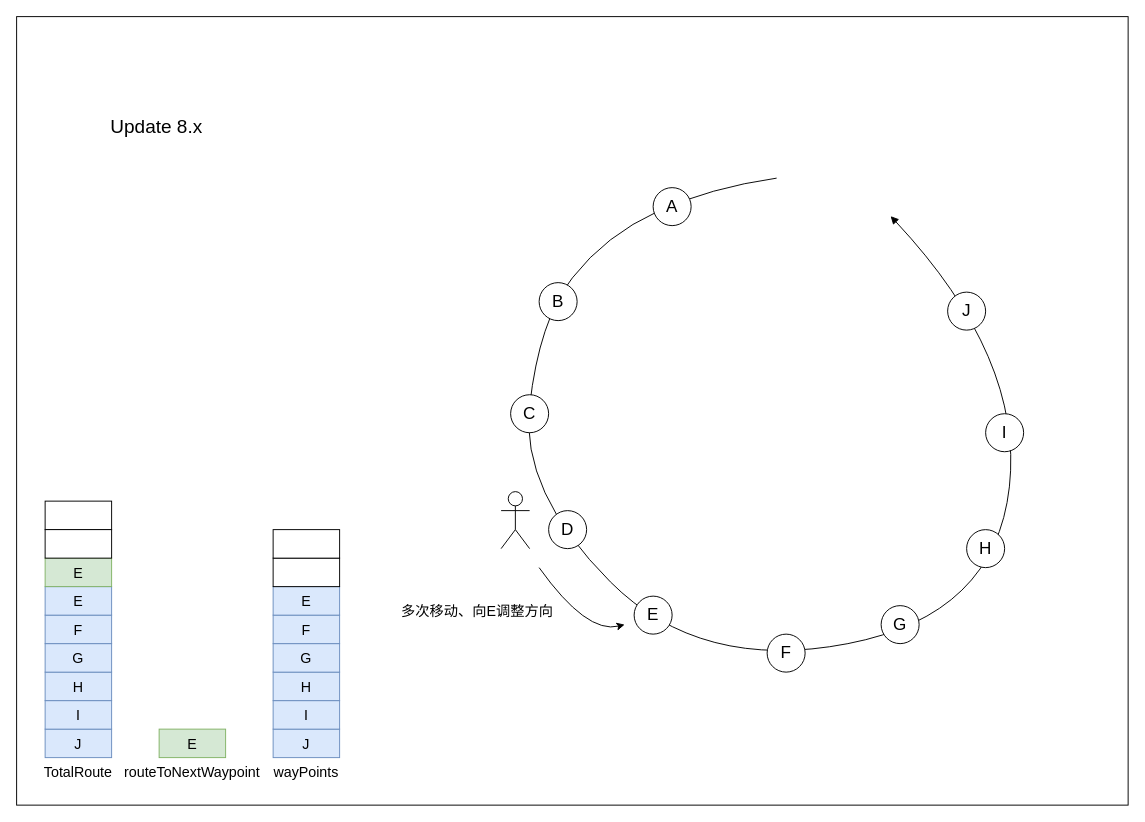
The draw.io diagram page "Page-1" (1 of 2) of FollowRoute.drawio in YannieCheung/ArchitectureDiagram, before the edit. Source tidied: cells renumbered, new cells numbered last; positions are measured from the earlier drawing's top-left corner, leaving out a move shared by most shapes. Both pictures are drawn from the tidied source at 95%, with x=0, y=0 at pixel (16, 16).
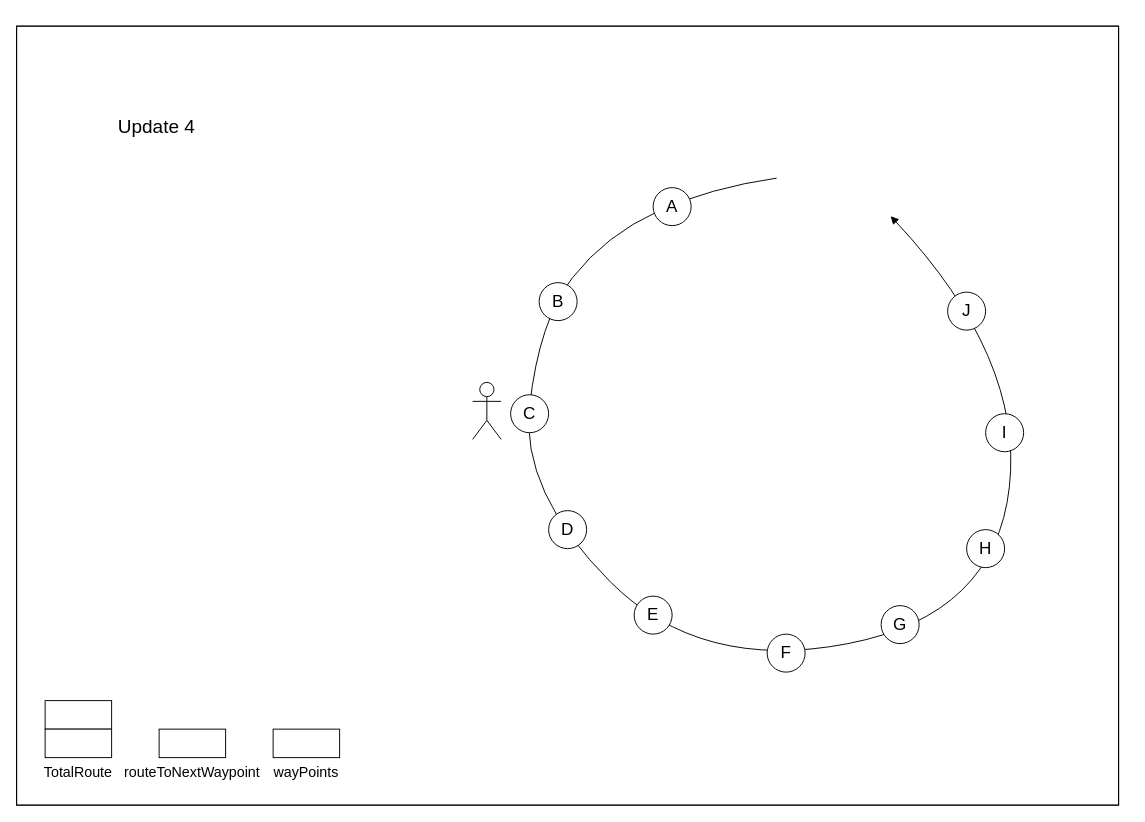
The same diagram, later.

The edit, as a diff of the source:
```diff
@@
-    <mxCell id="1" parent="0" />
-    <mxCell id="2" style="rounded=0;whiteSpace=wrap;html=1;fillColor=none;" parent="1" vertex="1">
-      <mxGeometry width="1170" height="830" as="geometry" />
-    </mxCell>
-    <mxCell id="3" style="curved=1;endArrow=none;html=1;rounded=0;startArrow=block;startFill=1;endFill=0;" parent="1" edge="1">
-      <mxGeometry relative="1" as="geometry">
-        <mxPoint x="920" y="210" as="sourcePoint" />
-        <mxPoint x="800" y="170" as="targetPoint" />
-        <Array as="points">
-          <mxPoint x="1060" y="360" />
-          <mxPoint x="1030" y="630" />
-          <mxPoint x="720" y="690" />
-          <mxPoint x="530" y="500" />
-          <mxPoint x="550" y="320" />
-          <mxPoint x="620" y="230" />
-          <mxPoint x="730" y="180" />
-        </Array>
-      </mxGeometry>
-    </mxCell>
+    <mxCell id="39" parent="0" />
+    <mxCell id="40" style="rounded=0;whiteSpace=wrap;html=1;fillColor=none;" parent="39" vertex="1">
+      <mxGeometry y="10" width="1160" height="820" as="geometry" />
+    </mxCell>
+    <mxCell id="41" parent="0" />
+    <mxCell id="42" style="rounded=0;whiteSpace=wrap;html=1;fillColor=none;" parent="41" vertex="1">
+      <mxGeometry y="10" width="1160" height="820" as="geometry" />
+    </mxCell>
+    <mxCell id="43" style="curved=1;endArrow=none;html=1;rounded=0;startArrow=block;startFill=1;endFill=0;" parent="41" edge="1">
+      <mxGeometry relative="1" as="geometry">
+        <mxPoint x="920" y="210" as="sourcePoint" />
+        <mxPoint x="800" y="170" as="targetPoint" />
+        <Array as="points">
+          <mxPoint x="1060" y="360" />
+          <mxPoint x="1030" y="630" />
+          <mxPoint x="720" y="690" />
+          <mxPoint x="530" y="500" />
+          <mxPoint x="550" y="320" />
+          <mxPoint x="620" y="230" />
+          <mxPoint x="730" y="180" />
+        </Array>
+      </mxGeometry>
+    </mxCell>
-    <mxCell id="4" value="A" style="ellipse;whiteSpace=wrap;html=1;fontSize=18;" parent="1" vertex="1">
+    <mxCell id="4" value="A" style="ellipse;whiteSpace=wrap;html=1;fontSize=18;" parent="41" vertex="1">
       <mxGeometry x="670" y="180" width="40" height="40" as="geometry" />
     </mxCell>
-    <mxCell id="5" value="B" style="ellipse;whiteSpace=wrap;html=1;fontSize=18;" parent="1" vertex="1">
+    <mxCell id="5" value="B" style="ellipse;whiteSpace=wrap;html=1;fontSize=18;" parent="41" vertex="1">
       <mxGeometry x="550" y="280" width="40" height="40" as="geometry" />
     </mxCell>
-    <mxCell id="6" value="C" style="ellipse;whiteSpace=wrap;html=1;fontSize=18;" parent="1" vertex="1">
+    <mxCell id="6" value="C" style="ellipse;whiteSpace=wrap;html=1;fontSize=18;" parent="41" vertex="1">
       <mxGeometry x="520" y="398" width="40" height="40" as="geometry" />
     </mxCell>
-    <mxCell id="7" value="D" style="ellipse;whiteSpace=wrap;html=1;fontSize=18;" parent="1" vertex="1">
+    <mxCell id="7" value="D" style="ellipse;whiteSpace=wrap;html=1;fontSize=18;" parent="41" vertex="1">
       <mxGeometry x="560" y="520" width="40" height="40" as="geometry" />
     </mxCell>
-    <mxCell id="8" value="E" style="ellipse;whiteSpace=wrap;html=1;fontSize=18;" parent="1" vertex="1">
+    <mxCell id="8" value="E" style="ellipse;whiteSpace=wrap;html=1;fontSize=18;" parent="41" vertex="1">
       <mxGeometry x="650" y="610" width="40" height="40" as="geometry" />
     </mxCell>
-    <mxCell id="9" value="F" style="ellipse;whiteSpace=wrap;html=1;fontSize=18;" parent="1" vertex="1">
+    <mxCell id="9" value="F" style="ellipse;whiteSpace=wrap;html=1;fontSize=18;" parent="41" vertex="1">
       <mxGeometry x="790" y="650" width="40" height="40" as="geometry" />
     </mxCell>
-    <mxCell id="10" value="G" style="ellipse;whiteSpace=wrap;html=1;fontSize=18;" parent="1" vertex="1">
+    <mxCell id="10" value="G" style="ellipse;whiteSpace=wrap;html=1;fontSize=18;" parent="41" vertex="1">
       <mxGeometry x="910" y="620" width="40" height="40" as="geometry" />
     </mxCell>
-    <mxCell id="11" value="H" style="ellipse;whiteSpace=wrap;html=1;fontSize=18;" parent="1" vertex="1">
+    <mxCell id="11" value="H" style="ellipse;whiteSpace=wrap;html=1;fontSize=18;" parent="41" vertex="1">
       <mxGeometry x="1000" y="540" width="40" height="40" as="geometry" />
     </mxCell>
-    <mxCell id="12" value="&lt;span style=&quot;font-size: 18px;&quot;&gt;I&lt;/span&gt;" style="ellipse;whiteSpace=wrap;html=1;fontSize=18;" parent="1" vertex="1">
+    <mxCell id="12" value="&lt;span style=&quot;font-size: 18px;&quot;&gt;I&lt;/span&gt;" style="ellipse;whiteSpace=wrap;html=1;fontSize=18;" parent="41" vertex="1">
       <mxGeometry x="1020" y="418" width="40" height="40" as="geometry" />
     </mxCell>
-    <mxCell id="13" value="J" style="ellipse;whiteSpace=wrap;html=1;fontSize=18;" parent="1" vertex="1">
+    <mxCell id="13" value="J" style="ellipse;whiteSpace=wrap;html=1;fontSize=18;" parent="41" vertex="1">
       <mxGeometry x="980" y="290" width="40" height="40" as="geometry" />
     </mxCell>
-    <mxCell id="14" style="shape=umlActor;verticalLabelPosition=bottom;verticalAlign=middle;html=1;horizontal=1;spacingTop=-5;fontSize=15;" parent="1" vertex="1">
-      <mxGeometry x="510" y="500" width="30" height="60" as="geometry" />
-    </mxCell>
-    <mxCell id="15" value="E" style="rounded=0;whiteSpace=wrap;html=1;fontSize=15;fillColor=#d5e8d4;strokeColor=#82b366;" parent="1" vertex="1">
-      <mxGeometry x="150" y="750" width="70" height="30" as="geometry" />
-    </mxCell>
-    <mxCell id="16" value="J" style="rounded=0;whiteSpace=wrap;html=1;fontSize=15;fillColor=#dae8fc;strokeColor=#6c8ebf;" parent="1" vertex="1">
-      <mxGeometry x="270" y="750" width="70" height="30" as="geometry" />
-    </mxCell>
+    <mxCell id="44" style="shape=umlActor;verticalLabelPosition=bottom;verticalAlign=middle;html=1;horizontal=1;spacingTop=-5;fontSize=15;" parent="41" vertex="1">
+      <mxGeometry x="480" y="385" width="30" height="60" as="geometry" />
+    </mxCell>
+    <mxCell id="45" style="rounded=0;whiteSpace=wrap;html=1;fontSize=15;" parent="41" vertex="1">
+      <mxGeometry x="150" y="750" width="70" height="30" as="geometry" />
+    </mxCell>
+    <mxCell id="46" style="rounded=0;whiteSpace=wrap;html=1;fontSize=18;" parent="41" vertex="1">
+      <mxGeometry x="270" y="750" width="70" height="30" as="geometry" />
+    </mxCell>
-    <mxCell id="17" value="wayPoints" style="text;html=1;align=center;verticalAlign=middle;whiteSpace=wrap;rounded=0;fontSize=15;" parent="1" vertex="1">
+    <mxCell id="17" value="wayPoints" style="text;html=1;align=center;verticalAlign=middle;whiteSpace=wrap;rounded=0;fontSize=15;" parent="41" vertex="1">
       <mxGeometry x="275" y="780" width="60" height="30" as="geometry" />
     </mxCell>
-    <mxCell id="18" value="routeToNextWaypoint" style="text;html=1;align=center;verticalAlign=middle;whiteSpace=wrap;rounded=0;fontSize=15;" parent="1" vertex="1">
+    <mxCell id="18" value="routeToNextWaypoint" style="text;html=1;align=center;verticalAlign=middle;whiteSpace=wrap;rounded=0;fontSize=15;" parent="41" vertex="1">
       <mxGeometry x="155" y="780" width="60" height="30" as="geometry" />
     </mxCell>
-    <mxCell id="19" value="TotalRoute" style="text;html=1;align=center;verticalAlign=middle;whiteSpace=wrap;rounded=0;fontSize=15;" parent="1" vertex="1">
+    <mxCell id="19" value="TotalRoute" style="text;html=1;align=center;verticalAlign=middle;whiteSpace=wrap;rounded=0;fontSize=15;" parent="41" vertex="1">
       <mxGeometry x="35" y="780" width="60" height="30" as="geometry" />
     </mxCell>
-    <mxCell id="20" value="Update 8.x" style="text;html=1;align=center;verticalAlign=middle;whiteSpace=wrap;rounded=0;fontSize=20;" parent="1" vertex="1">
-      <mxGeometry x="95" y="100" width="105" height="30" as="geometry" />
-    </mxCell>
-    <mxCell id="21" value="I" style="rounded=0;whiteSpace=wrap;html=1;fontSize=15;fillColor=#dae8fc;strokeColor=#6c8ebf;" parent="1" vertex="1">
-      <mxGeometry x="270" y="720" width="70" height="30" as="geometry" />
-    </mxCell>
-    <mxCell id="22" value="H" style="rounded=0;whiteSpace=wrap;html=1;fontSize=15;fillColor=#dae8fc;strokeColor=#6c8ebf;" parent="1" vertex="1">
-      <mxGeometry x="270" y="690" width="70" height="30" as="geometry" />
-    </mxCell>
-    <mxCell id="23" value="G" style="rounded=0;whiteSpace=wrap;html=1;fontSize=15;fillColor=#dae8fc;strokeColor=#6c8ebf;" parent="1" vertex="1">
-      <mxGeometry x="270" y="660" width="70" height="30" as="geometry" />
-    </mxCell>
-    <mxCell id="24" value="F" style="rounded=0;whiteSpace=wrap;html=1;fontSize=15;fillColor=#dae8fc;strokeColor=#6c8ebf;" parent="1" vertex="1">
-      <mxGeometry x="270" y="630" width="70" height="30" as="geometry" />
-    </mxCell>
-    <mxCell id="25" value="E" style="rounded=0;whiteSpace=wrap;html=1;fontSize=15;fillColor=#dae8fc;strokeColor=#6c8ebf;" parent="1" vertex="1">
-      <mxGeometry x="270" y="600" width="70" height="30" as="geometry" />
-    </mxCell>
-    <mxCell id="26" style="rounded=0;whiteSpace=wrap;html=1;fontSize=15;" parent="1" vertex="1">
-      <mxGeometry x="270" y="570" width="70" height="30" as="geometry" />
-    </mxCell>
-    <mxCell id="27" style="rounded=0;whiteSpace=wrap;html=1;fontSize=15;" parent="1" vertex="1">
-      <mxGeometry x="270" y="540" width="70" height="30" as="geometry" />
-    </mxCell>
-    <mxCell id="28" value="J" style="rounded=0;whiteSpace=wrap;html=1;fontSize=15;fillColor=#dae8fc;strokeColor=#6c8ebf;" parent="1" vertex="1">
-      <mxGeometry x="30" y="750" width="70" height="30" as="geometry" />
-    </mxCell>
-    <mxCell id="29" value="I" style="rounded=0;whiteSpace=wrap;html=1;fontSize=15;fillColor=#dae8fc;strokeColor=#6c8ebf;" parent="1" vertex="1">
-      <mxGeometry x="30" y="720" width="70" height="30" as="geometry" />
-    </mxCell>
-    <mxCell id="30" value="H" style="rounded=0;whiteSpace=wrap;html=1;fontSize=15;fillColor=#dae8fc;strokeColor=#6c8ebf;" parent="1" vertex="1">
-      <mxGeometry x="30" y="690" width="70" height="30" as="geometry" />
-    </mxCell>
-    <mxCell id="31" value="G" style="rounded=0;whiteSpace=wrap;html=1;fontSize=15;fillColor=#dae8fc;strokeColor=#6c8ebf;" parent="1" vertex="1">
-      <mxGeometry x="30" y="660" width="70" height="30" as="geometry" />
-    </mxCell>
-    <mxCell id="32" value="F" style="rounded=0;whiteSpace=wrap;html=1;fontSize=15;fillColor=#dae8fc;strokeColor=#6c8ebf;" parent="1" vertex="1">
-      <mxGeometry x="30" y="630" width="70" height="30" as="geometry" />
-    </mxCell>
-    <mxCell id="33" value="E" style="rounded=0;whiteSpace=wrap;html=1;fontSize=15;fillColor=#dae8fc;strokeColor=#6c8ebf;" parent="1" vertex="1">
-      <mxGeometry x="30" y="600" width="70" height="30" as="geometry" />
-    </mxCell>
-    <mxCell id="34" value="E" style="rounded=0;whiteSpace=wrap;html=1;fontSize=15;fillColor=#d5e8d4;strokeColor=#82b366;" parent="1" vertex="1">
-      <mxGeometry x="30" y="570" width="70" height="30" as="geometry" />
-    </mxCell>
-    <mxCell id="35" style="rounded=0;whiteSpace=wrap;html=1;fontSize=15;" parent="1" vertex="1">
-      <mxGeometry x="30" y="510" width="70" height="30" as="geometry" />
-    </mxCell>
-    <mxCell id="36" style="rounded=0;whiteSpace=wrap;html=1;fontSize=15;" parent="1" vertex="1">
-      <mxGeometry x="30" y="540" width="70" height="30" as="geometry" />
-    </mxCell>
-    <mxCell id="37" style="curved=1;endArrow=classic;html=1;rounded=0;" parent="1" edge="1">
-      <mxGeometry relative="1" as="geometry">
-        <mxPoint x="550" y="580" as="sourcePoint" />
-        <mxPoint x="640" y="640" as="targetPoint" />
-        <Array as="points">
-          <mxPoint x="600" y="650" />
-        </Array>
-      </mxGeometry>
-    </mxCell>
-    <mxCell id="38" value="多次移动、向E调整方向" style="text;html=1;align=center;verticalAlign=middle;whiteSpace=wrap;rounded=0;fontSize=15;" parent="1" vertex="1">
-      <mxGeometry x="400" y="610" width="170" height="30" as="geometry" />
-    </mxCell>
+    <mxCell id="47" value="Update 4" style="text;html=1;align=center;verticalAlign=middle;whiteSpace=wrap;rounded=0;fontSize=20;" parent="41" vertex="1">
+      <mxGeometry x="95" y="100" width="105" height="30" as="geometry" />
+    </mxCell>
+    <mxCell id="48" style="rounded=0;whiteSpace=wrap;html=1;fontSize=18;" parent="41" vertex="1">
+      <mxGeometry x="30" y="720" width="70" height="30" as="geometry" />
+    </mxCell>
+    <mxCell id="49" style="rounded=0;whiteSpace=wrap;html=1;fontSize=15;" parent="41" vertex="1">
+      <mxGeometry x="30" y="750" width="70" height="30" as="geometry" />
+    </mxCell>
```
